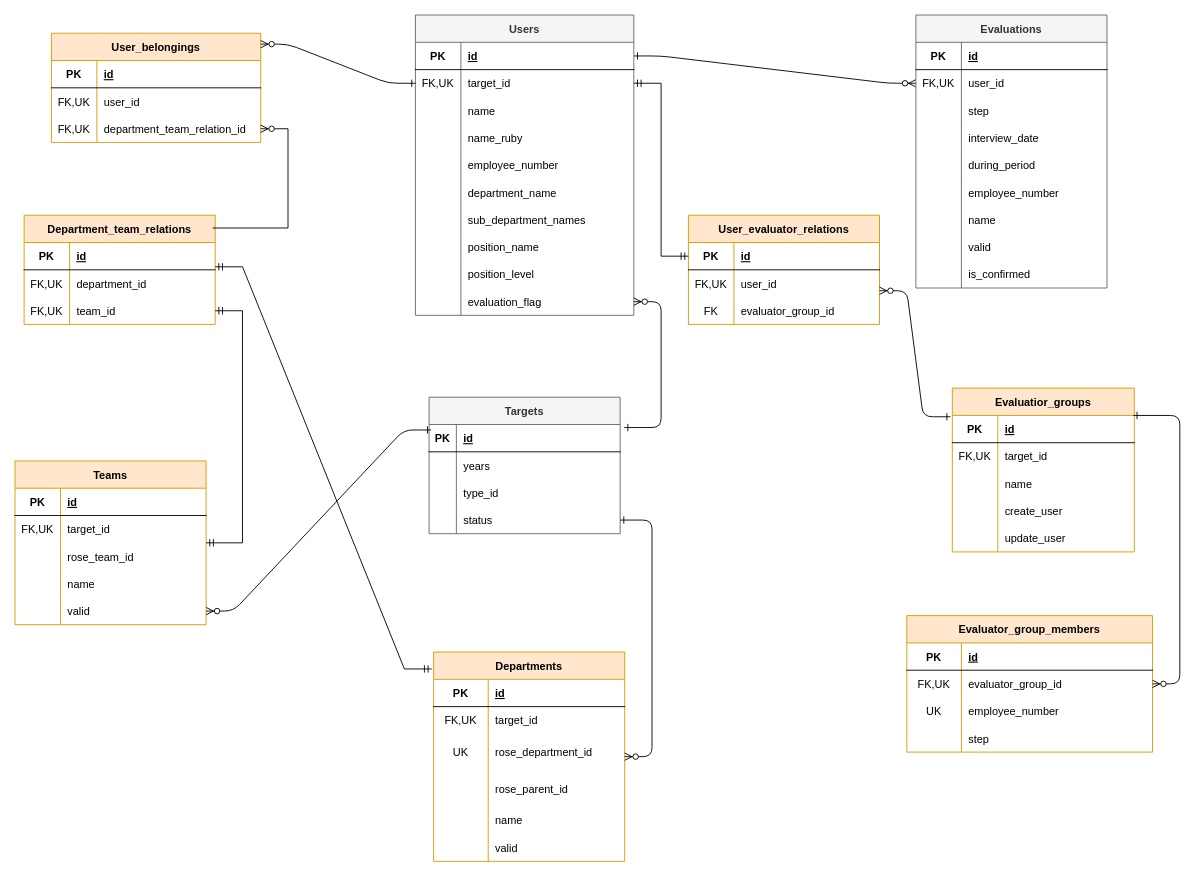
The draw.io diagram 名称未設定ファイル.drawio in satohirok/twitter_clone_ER, before the edit. Source tidied: cells renumbered, new cells numbered last; positions are measured from the earlier drawing's top-left corner, leaving out a move shared by most shapes. Both pictures are drawn from the tidied source at 91%, with x=0, y=0 at pixel (-217, 15).
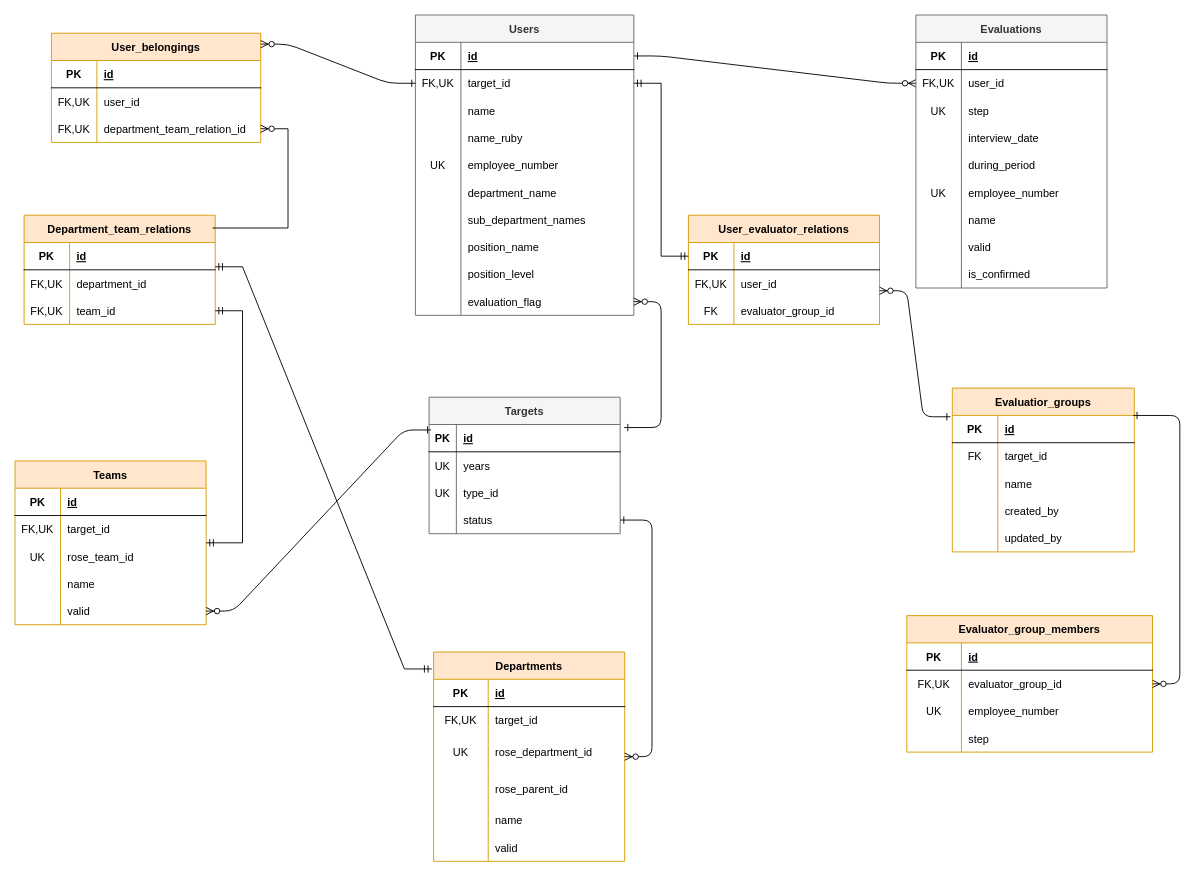
Above is the later version.

Commit message (it also covers changes not shown here):
名称未設定ファイル.drawio を更新します

The change refers to these unchanged cells:
```xml
<mxCell id="10" style="shape=partialRectangle;fillColor=none;top=0;left=0;right=0;bottom=0;" parent="3" vertex="1">
  <mxGeometry y="90" width="210" height="30" as="geometry" />
</mxCell>
<mxCell id="19" style="shape=partialRectangle;fillColor=none;top=0;left=0;right=0;bottom=0;" parent="3" vertex="1">
  <mxGeometry y="180" width="210" height="30" as="geometry" />
</mxCell>
<mxCell id="54" style="shape=partialRectangle;fillColor=none;top=0;left=0;right=0;bottom=0;" parent="41" vertex="1">
  <mxGeometry y="150" width="240" height="30" as="geometry" />
</mxCell>
<mxCell id="76" style="shape=partialRectangle;fillColor=none;top=0;left=0;right=0;bottom=0;" parent="72" vertex="1">
  <mxGeometry y="60" width="200" height="30" as="geometry" />
</mxCell>
<mxCell id="82" style="shape=partialRectangle;fillColor=none;top=0;left=0;right=0;bottom=0;" parent="72" vertex="1">
  <mxGeometry y="120" width="200" height="30" as="geometry" />
</mxCell>
<mxCell id="85" style="shape=partialRectangle;fillColor=none;top=0;left=0;right=0;bottom=0;" parent="72" vertex="1">
  <mxGeometry y="150" width="200" height="30" as="geometry" />
</mxCell>
<mxCell id="147" style="shape=partialRectangle;fillColor=none;top=0;left=0;right=0;bottom=0;" parent="140" vertex="1">
  <mxGeometry y="90" width="210" height="30" as="geometry" />
</mxCell>
<mxCell id="167" style="shape=partialRectangle;fillColor=none;top=0;left=0;right=0;bottom=0;" parent="163" vertex="1">
  <mxGeometry y="60" width="210" height="30" as="geometry" />
</mxCell>
<mxCell id="170" style="shape=partialRectangle;fillColor=none;top=0;left=0;right=0;bottom=0;" parent="163" vertex="1">
  <mxGeometry y="90" width="210" height="30" as="geometry" />
</mxCell>
```

What changed in the source:
```diff
@@
-    <mxCell id="11" style="shape=partialRectangle;overflow=hidden;fillColor=none;top=0;left=0;bottom=0;right=0;" parent="10" vertex="1">
+    <mxCell id="11" value="UK" style="shape=partialRectangle;overflow=hidden;fillColor=none;top=0;left=0;bottom=0;right=0;" parent="10" vertex="1">
       <mxGeometry width="50" height="30" as="geometry" />
     </mxCell>
@@
-    <mxCell id="20" style="shape=partialRectangle;overflow=hidden;fillColor=none;top=0;left=0;bottom=0;right=0;" parent="19" vertex="1">
+    <mxCell id="20" value="UK" style="shape=partialRectangle;overflow=hidden;fillColor=none;top=0;left=0;bottom=0;right=0;" parent="19" vertex="1">
       <mxGeometry width="50" height="30" as="geometry" />
     </mxCell>
@@
-    <mxCell id="55" style="shape=partialRectangle;overflow=hidden;fillColor=none;top=0;left=0;bottom=0;right=0;" parent="54" vertex="1">
+    <mxCell id="55" value="UK" style="shape=partialRectangle;overflow=hidden;fillColor=none;top=0;left=0;bottom=0;right=0;" parent="54" vertex="1">
       <mxGeometry width="50" height="30" as="geometry" />
     </mxCell>
@@
-    <mxCell id="77" value="FK,UK" style="shape=partialRectangle;overflow=hidden;fillColor=none;top=0;left=0;bottom=0;right=0;" parent="76" vertex="1">
+    <mxCell id="77" value="FK" style="shape=partialRectangle;overflow=hidden;fillColor=none;top=0;left=0;bottom=0;right=0;" parent="76" vertex="1">
       <mxGeometry width="50" height="30" as="geometry" />
     </mxCell>
@@
-    <mxCell id="84" value="create_user" style="shape=partialRectangle;overflow=hidden;fillColor=none;top=0;left=0;bottom=0;right=0;align=left;spacingLeft=6;" parent="82" vertex="1">
+    <mxCell id="84" value="created_by" style="shape=partialRectangle;overflow=hidden;fillColor=none;top=0;left=0;bottom=0;right=0;align=left;spacingLeft=6;" parent="82" vertex="1">
       <mxGeometry x="50" width="150" height="30" as="geometry" />
     </mxCell>
@@
-    <mxCell id="87" value="update_user" style="shape=partialRectangle;overflow=hidden;fillColor=none;top=0;left=0;bottom=0;right=0;align=left;spacingLeft=6;" parent="85" vertex="1">
+    <mxCell id="87" value="updated_by" style="shape=partialRectangle;overflow=hidden;fillColor=none;top=0;left=0;bottom=0;right=0;align=left;spacingLeft=6;" parent="85" vertex="1">
       <mxGeometry x="50" width="150" height="30" as="geometry" />
     </mxCell>
@@
-    <mxCell id="148" style="shape=partialRectangle;overflow=hidden;fillColor=none;top=0;left=0;bottom=0;right=0;" parent="147" vertex="1">
+    <mxCell id="148" value="UK" style="shape=partialRectangle;overflow=hidden;fillColor=none;top=0;left=0;bottom=0;right=0;" parent="147" vertex="1">
       <mxGeometry width="50" height="30" as="geometry" />
     </mxCell>
@@
-    <mxCell id="168" style="shape=partialRectangle;overflow=hidden;fillColor=none;top=0;left=0;bottom=0;right=0;" parent="167" vertex="1">
+    <mxCell id="168" value="UK" style="shape=partialRectangle;overflow=hidden;fillColor=none;top=0;left=0;bottom=0;right=0;" parent="167" vertex="1">
       <mxGeometry width="30" height="30" as="geometry" />
     </mxCell>
@@
-    <mxCell id="171" style="shape=partialRectangle;overflow=hidden;fillColor=none;top=0;left=0;bottom=0;right=0;" parent="170" vertex="1">
+    <mxCell id="171" value="UK" style="shape=partialRectangle;overflow=hidden;fillColor=none;top=0;left=0;bottom=0;right=0;" parent="170" vertex="1">
       <mxGeometry width="30" height="30" as="geometry" />
     </mxCell>
```
